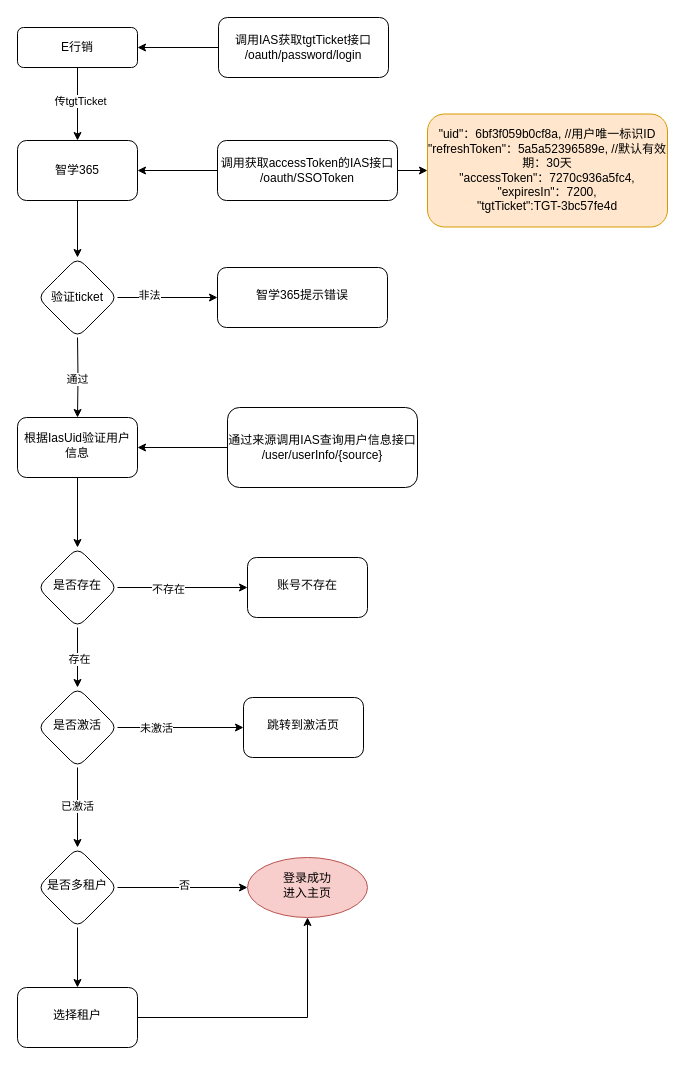
The draw.io diagram e行销调用365流程.drawio in rainerpiao/cloud-computing, before the edit. Source tidied: cells renumbered, new cells numbered last; positions are measured from the earlier drawing's top-left corner, leaving out a move shared by most shapes. Both pictures are drawn from the tidied source at 100%, with x=0, y=0 at pixel (17, 17).
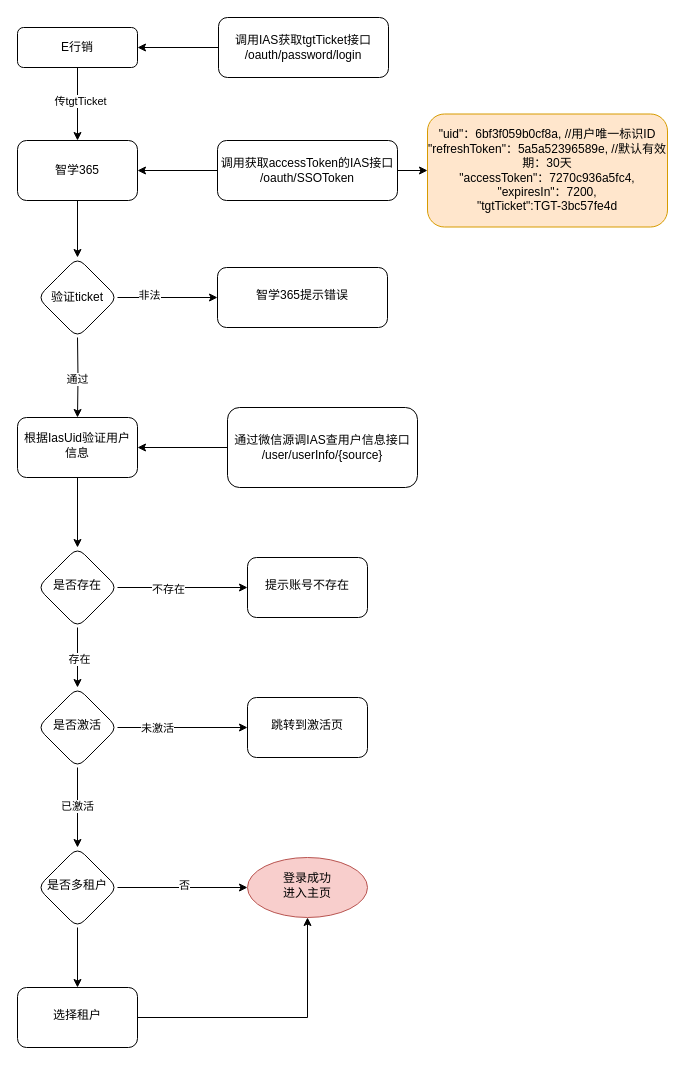
The same page after the edit.

Commit message:
更新e行销调用365流程.drawio

The edit, as a diff of the source:
```diff
@@
-    <mxCell id="21" value="通过来源调用IAS查询用户信息接口&lt;br&gt;/user/userInfo/{source}" style="rounded=1;whiteSpace=wrap;html=1;" parent="1" vertex="1">
+    <mxCell id="21" value="通过微信源调IAS查用户信息接口&lt;br&gt;/user/userInfo/{source}" style="rounded=1;whiteSpace=wrap;html=1;" parent="1" vertex="1">
       <mxGeometry x="210" y="390" width="190" height="80" as="geometry" />
     </mxCell>
@@
-    <mxCell id="27" value="账号不存在" style="whiteSpace=wrap;html=1;rounded=1;shadow=0;strokeWidth=1;spacing=6;spacingTop=-4;" parent="1" vertex="1">
+    <mxCell id="27" value="提示账号不存在" style="whiteSpace=wrap;html=1;rounded=1;shadow=0;strokeWidth=1;spacing=6;spacingTop=-4;" parent="1" vertex="1">
       <mxGeometry x="230" y="540" width="120" height="60" as="geometry" />
     </mxCell>
@@
     <mxCell id="34" value="跳转到激活页" style="whiteSpace=wrap;html=1;rounded=1;shadow=0;strokeWidth=1;spacing=6;spacingTop=-4;" parent="1" vertex="1">
-      <mxGeometry x="226" y="680" width="120" height="60" as="geometry" />
+      <mxGeometry x="230" y="680" width="120" height="60" as="geometry" />
     </mxCell>
```
